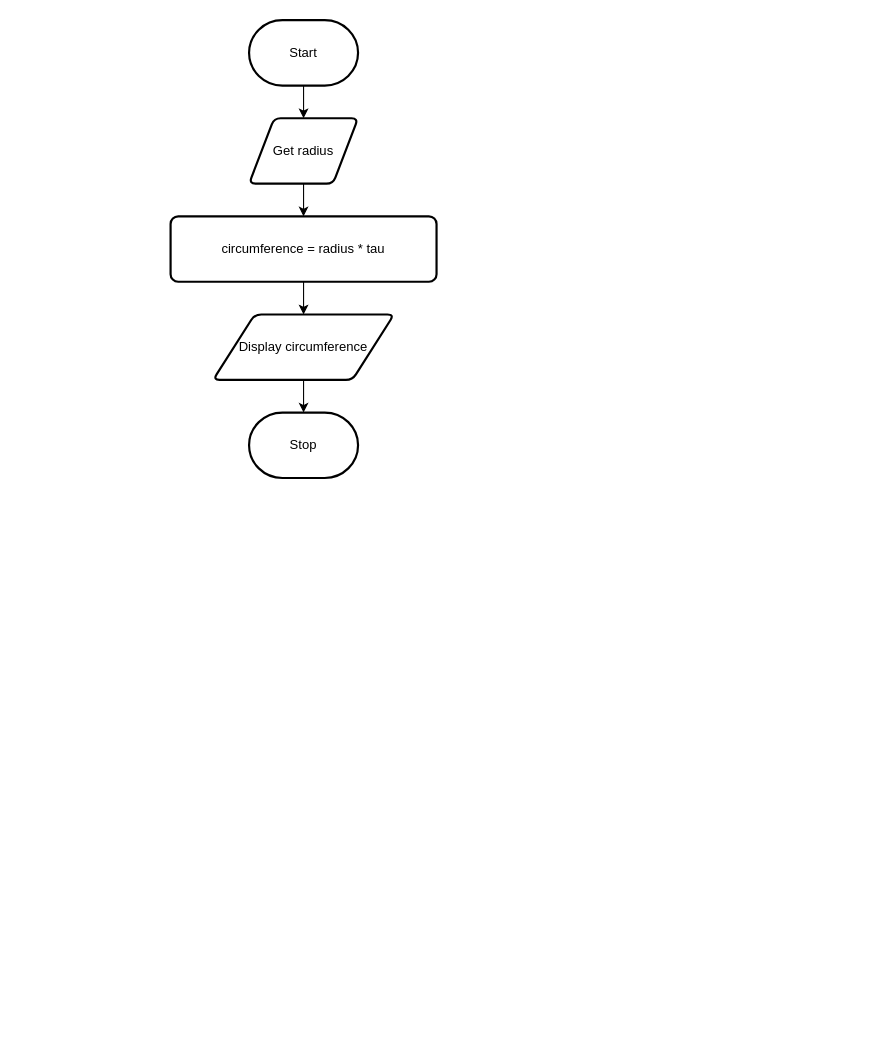
The draw.io diagram page "Flowchart" (2 of 2) of design.drawio in Samuel-Webster-178/ICS3U-Assignment-07-Python, before the edit. Source tidied: cells renumbered, new cells numbered last; positions are measured from the earlier drawing's top-left corner, leaving out a move shared by most shapes. Both pictures are drawn from the tidied source at 109%, with x=0, y=0 at pixel (170, 20).
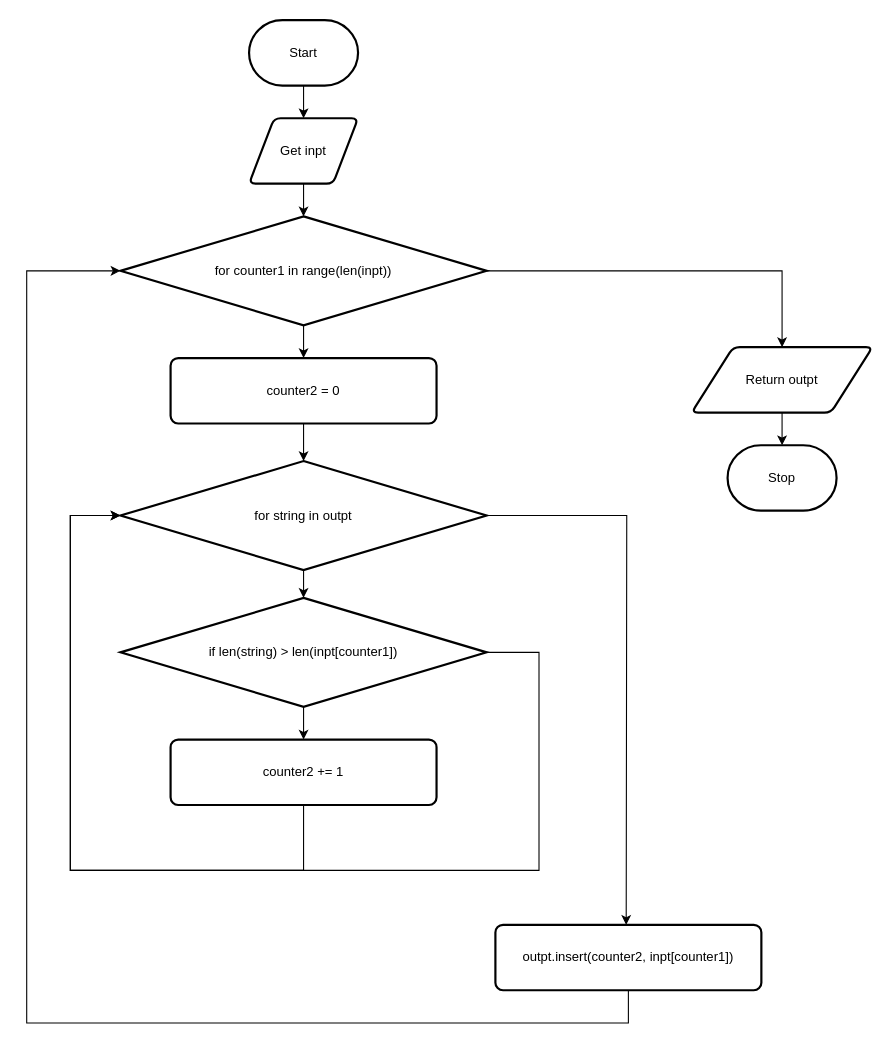
The same diagram, later.

The edit, as a diff of the source:
```diff
@@
-    <mxCell id="4" style="edgeStyle=none;html=1;" parent="1" edge="1" source="5" target="7">
-      <mxGeometry relative="1" as="geometry" />
-    </mxCell>
+    <mxCell id="11" style="edgeStyle=none;html=1;" parent="1" edge="1" source="5" target="14">
+      <mxGeometry relative="1" as="geometry" />
+    </mxCell>
-    <mxCell id="5" value="Get radius" style="shape=parallelogram;html=1;strokeWidth=2;perimeter=parallelogramPerimeter;whiteSpace=wrap;rounded=1;arcSize=12;size=0.23;" parent="1" vertex="1">
+    <mxCell id="5" value="Get inpt" style="shape=parallelogram;html=1;strokeWidth=2;perimeter=parallelogramPerimeter;whiteSpace=wrap;rounded=1;arcSize=12;size=0.23;" parent="1" vertex="1">
       <mxGeometry x="72" y="90" width="100" height="60" as="geometry" />
     </mxCell>
-    <mxCell id="6" style="edgeStyle=none;html=1;" parent="1" edge="1" source="7" target="9">
-      <mxGeometry relative="1" as="geometry" />
-    </mxCell>
-    <mxCell id="7" value="circumference = radius * tau" style="rounded=1;whiteSpace=wrap;html=1;absoluteArcSize=1;arcSize=14;strokeWidth=2;" parent="1" vertex="1">
-      <mxGeometry y="180" width="244" height="60" as="geometry" />
-    </mxCell>
@@
-    <mxCell id="9" value="Display circumference" style="shape=parallelogram;html=1;strokeWidth=2;perimeter=parallelogramPerimeter;whiteSpace=wrap;rounded=1;arcSize=12;size=0.23;" parent="1" vertex="1">
-      <mxGeometry x="39" y="270" width="166" height="60" as="geometry" />
+    <mxCell id="9" value="Return outpt" style="shape=parallelogram;html=1;strokeWidth=2;perimeter=parallelogramPerimeter;whiteSpace=wrap;rounded=1;arcSize=12;size=0.23;" parent="1" vertex="1">
+      <mxGeometry x="478" y="300" width="166" height="60" as="geometry" />
     </mxCell>
     <mxCell id="10" value="Stop" style="strokeWidth=2;html=1;shape=mxgraph.flowchart.terminator;whiteSpace=wrap;" parent="1" vertex="1">
-      <mxGeometry x="72" y="360" width="100" height="60" as="geometry" />
+      <mxGeometry x="511" y="390" width="100" height="60" as="geometry" />
     </mxCell>
+    <mxCell id="12" style="edgeStyle=none;html=1;" parent="1" edge="1" source="14" target="16">
+      <mxGeometry relative="1" as="geometry" />
+    </mxCell>
+    <mxCell id="13" style="edgeStyle=orthogonalEdgeStyle;rounded=0;html=1;" parent="1" edge="1" source="14" target="9">
+      <mxGeometry relative="1" as="geometry" />
+    </mxCell>
+    <mxCell id="14" value="for counter1 in range(len(inpt))" style="strokeWidth=2;html=1;shape=mxgraph.flowchart.decision;whiteSpace=wrap;" parent="1" vertex="1">
+      <mxGeometry x="-46" y="180" width="336" height="100" as="geometry" />
+    </mxCell>
+    <mxCell id="15" style="edgeStyle=none;html=1;" parent="1" edge="1" source="16" target="19">
+      <mxGeometry relative="1" as="geometry" />
+    </mxCell>
+    <mxCell id="16" value="counter2 = 0" style="rounded=1;whiteSpace=wrap;html=1;absoluteArcSize=1;arcSize=14;strokeWidth=2;" parent="1" vertex="1">
+      <mxGeometry y="310" width="244" height="60" as="geometry" />
+    </mxCell>
+    <mxCell id="17" style="edgeStyle=none;html=1;" parent="1" edge="1" source="19" target="24">
+      <mxGeometry relative="1" as="geometry" />
+    </mxCell>
+    <mxCell id="18" style="edgeStyle=orthogonalEdgeStyle;rounded=0;html=1;" parent="1" edge="1" source="19">
+      <mxGeometry relative="1" as="geometry">
+        <mxPoint x="418" y="830" as="targetPoint" />
+      </mxGeometry>
+    </mxCell>
+    <mxCell id="19" value="for string in outpt" style="strokeWidth=2;html=1;shape=mxgraph.flowchart.decision;whiteSpace=wrap;" parent="1" vertex="1">
+      <mxGeometry x="-46" y="404.5" width="336" height="100" as="geometry" />
+    </mxCell>
+    <mxCell id="20" style="edgeStyle=orthogonalEdgeStyle;rounded=0;html=1;entryX=0;entryY=0.5;entryDx=0;entryDy=0;entryPerimeter=0;" parent="1" edge="1" source="21" target="19">
+      <mxGeometry relative="1" as="geometry">
+        <Array as="points">
+          <mxPoint x="122" y="780" />
+          <mxPoint x="-92" y="780" />
+          <mxPoint x="-92" y="455" />
+        </Array>
+      </mxGeometry>
+    </mxCell>
+    <mxCell id="21" value="counter2 += 1" style="rounded=1;whiteSpace=wrap;html=1;absoluteArcSize=1;arcSize=14;strokeWidth=2;" parent="1" vertex="1">
+      <mxGeometry y="660" width="244" height="60" as="geometry" />
+    </mxCell>
+    <mxCell id="22" style="edgeStyle=none;html=1;" parent="1" edge="1" source="24" target="21">
+      <mxGeometry relative="1" as="geometry" />
+    </mxCell>
+    <mxCell id="23" style="edgeStyle=orthogonalEdgeStyle;html=1;entryX=0;entryY=0.5;entryDx=0;entryDy=0;entryPerimeter=0;rounded=0;" parent="1" edge="1" source="24" target="19">
+      <mxGeometry relative="1" as="geometry">
+        <Array as="points">
+          <mxPoint x="338" y="580" />
+          <mxPoint x="338" y="780" />
+          <mxPoint x="-92" y="780" />
+          <mxPoint x="-92" y="455" />
+        </Array>
+      </mxGeometry>
+    </mxCell>
+    <mxCell id="24" value="if len(string) &amp;gt; len(inpt[counter1])" style="strokeWidth=2;html=1;shape=mxgraph.flowchart.decision;whiteSpace=wrap;" parent="1" vertex="1">
+      <mxGeometry x="-46" y="530" width="336" height="100" as="geometry" />
+    </mxCell>
+    <mxCell id="25" style="edgeStyle=orthogonalEdgeStyle;rounded=0;html=1;entryX=0;entryY=0.5;entryDx=0;entryDy=0;entryPerimeter=0;" parent="1" edge="1" source="26" target="14">
+      <mxGeometry relative="1" as="geometry">
+        <Array as="points">
+          <mxPoint x="420" y="920" />
+          <mxPoint x="-132" y="920" />
+          <mxPoint x="-132" y="230" />
+        </Array>
+      </mxGeometry>
+    </mxCell>
+    <mxCell id="26" value="outpt.insert(counter2, inpt[counter1])" style="rounded=1;whiteSpace=wrap;html=1;absoluteArcSize=1;arcSize=14;strokeWidth=2;" parent="1" vertex="1">
+      <mxGeometry x="298" y="830" width="244" height="60" as="geometry" />
+    </mxCell>
```
